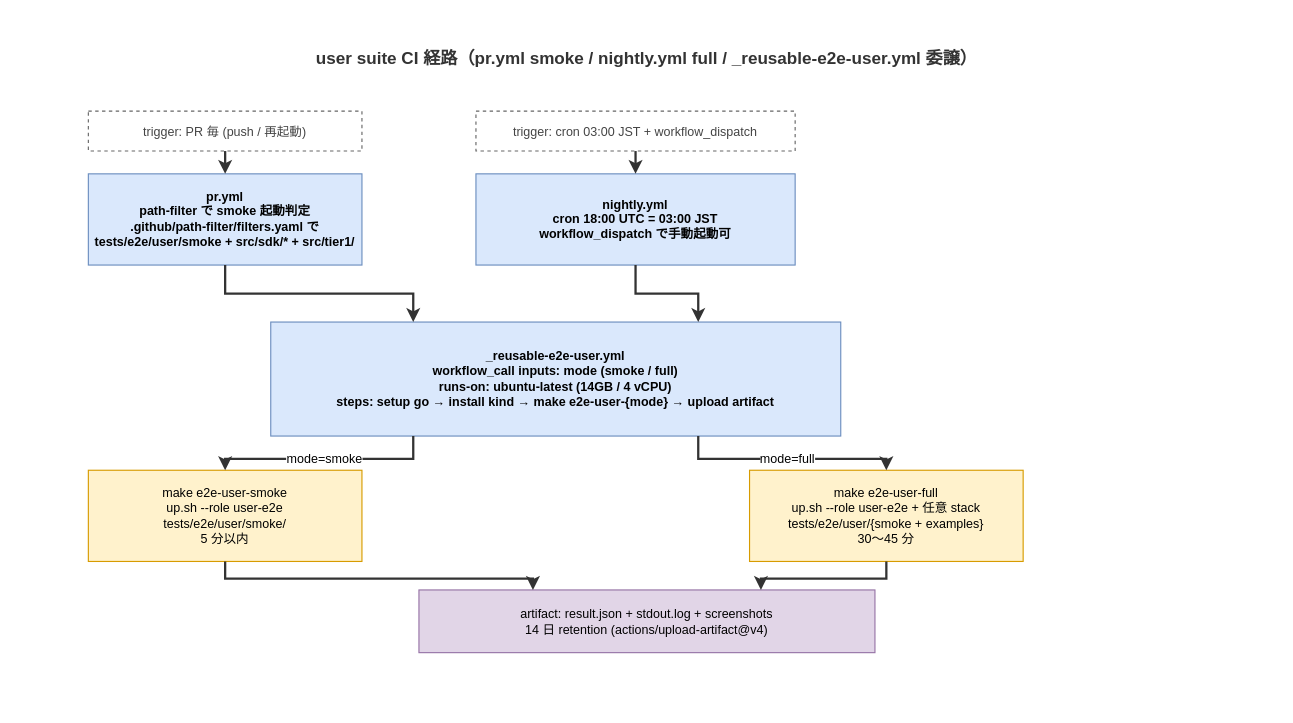
Before: docs/05_実装/30_CI_CD設計/35_e2e_test_design/20_user_suite/img/user_ci_flow.drawio in RyuheiKiso/k1s0, a draw.io diagram. Source tidied: cells renumbered, new cells numbered last; positions are measured from the earlier drawing's top-left corner, leaving out a move shared by most shapes. Both pictures are drawn from the tidied source at 114%, with x=0, y=0 at pixel (19, 19).
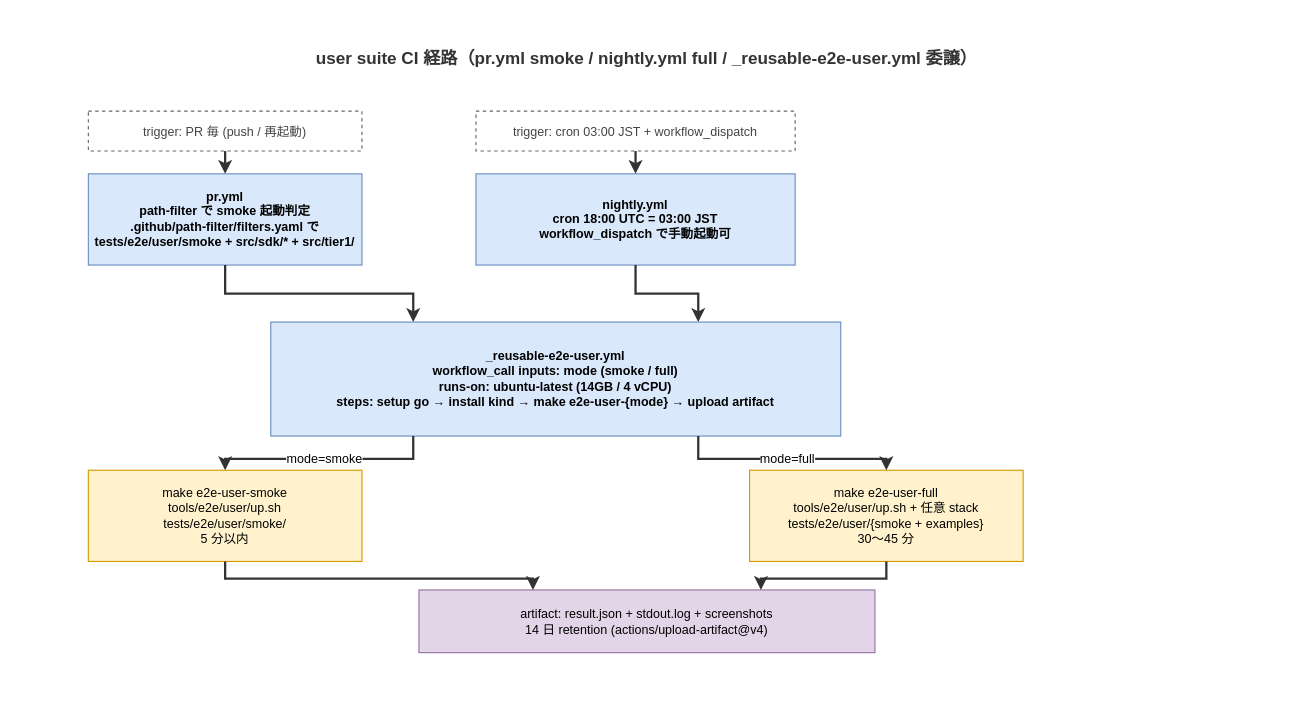
The same diagram, later.

Change to the diagram source:
```diff
@@
-    <mxCell id="9" value="make e2e-user-smoke&#10;up.sh --role user-e2e&#10;tests/e2e/user/smoke/&#10;5 分以内" style="rounded=0;whiteSpace=wrap;html=1;fillColor=#fff2cc;strokeColor=#d79b00;fontSize=11;align=center;verticalAlign=middle;" parent="1" vertex="1">
+    <mxCell id="9" value="make e2e-user-smoke&#10;tools/e2e/user/up.sh&#10;tests/e2e/user/smoke/&#10;5 分以内" style="rounded=0;whiteSpace=wrap;html=1;fillColor=#fff2cc;strokeColor=#d79b00;fontSize=11;align=center;verticalAlign=middle;" parent="1" vertex="1">
       <mxGeometry x="60" y="395" width="240" height="80" as="geometry" />
     </mxCell>
-    <mxCell id="10" value="make e2e-user-full&#10;up.sh --role user-e2e + 任意 stack&#10;tests/e2e/user/{smoke + examples}&#10;30〜45 分" style="rounded=0;whiteSpace=wrap;html=1;fillColor=#fff2cc;strokeColor=#d79b00;fontSize=11;align=center;verticalAlign=middle;" parent="1" vertex="1">
+    <mxCell id="10" value="make e2e-user-full&#10;tools/e2e/user/up.sh + 任意 stack&#10;tests/e2e/user/{smoke + examples}&#10;30〜45 分" style="rounded=0;whiteSpace=wrap;html=1;fillColor=#fff2cc;strokeColor=#d79b00;fontSize=11;align=center;verticalAlign=middle;" parent="1" vertex="1">
       <mxGeometry x="640" y="395" width="240" height="80" as="geometry" />
     </mxCell>
```
